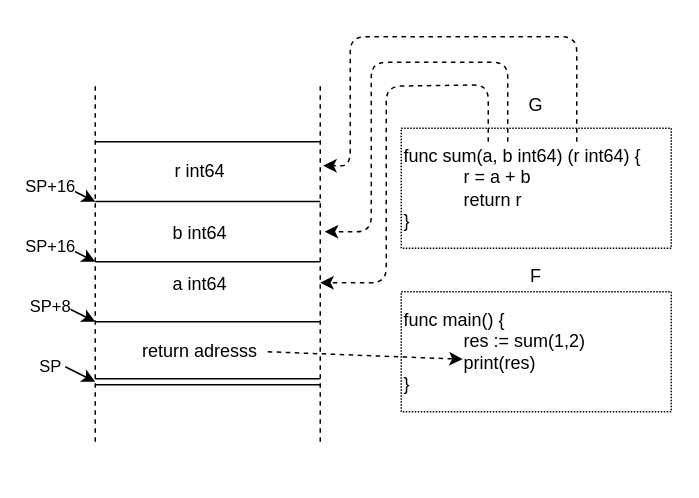
Before: Untitled Diagram.drawio in godzie44/drawio-dump, a draw.io diagram. Source tidied: cells renumbered, new cells numbered last; positions are measured from the earlier drawing's top-left corner, leaving out a move shared by most shapes. Both pictures are drawn from the tidied source at 150%, with x=0, y=0 at pixel (64, 36).
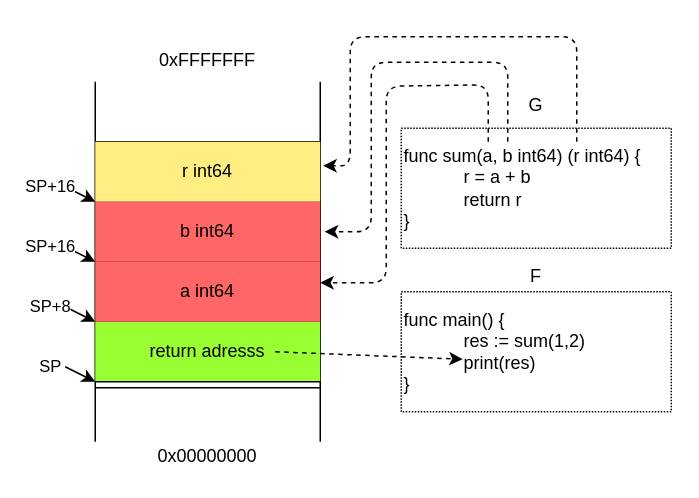
Above is the later version.

Commit message:
stack-base done

The edit, as a diff of the source:
```diff
@@
-    <mxCell id="3" style="endArrow=none;dashed=1;html=1;" parent="1" edge="1">
+    <mxCell id="3" style="endArrow=none;html=1;" parent="1" edge="1">
       <mxGeometry relative="1" as="geometry">
         <mxPoint x="20" y="270" as="sourcePoint" />
         <mxPoint x="20" y="30" as="targetPoint" />
       </mxGeometry>
     </mxCell>
-    <mxCell id="4" style="endArrow=none;dashed=1;html=1;" parent="1" edge="1">
+    <mxCell id="4" style="endArrow=none;html=1;" parent="1" edge="1">
       <mxGeometry relative="1" as="geometry">
         <mxPoint x="170" y="270" as="sourcePoint" />
         <mxPoint x="170" y="30" as="targetPoint" />
       </mxGeometry>
     </mxCell>
-    <mxCell id="5" style="shape=link;html=1;" parent="1" edge="1">
-      <mxGeometry relative="1" as="geometry">
-        <mxPoint x="20" y="230" as="sourcePoint" />
-        <mxPoint x="170" y="230" as="targetPoint" />
-      </mxGeometry>
-    </mxCell>
@@
-    <mxCell id="14" value="return adresss" style="text;html=1;strokeColor=none;fillColor=none;align=center;verticalAlign=middle;whiteSpace=wrap;rounded=0;" parent="1" vertex="1">
-      <mxGeometry x="45" y="200" width="90" height="20" as="geometry" />
+    <mxCell id="14" value="return adresss" style="text;html=1;strokeColor=none;fillColor=#99FF33;align=center;verticalAlign=middle;whiteSpace=wrap;rounded=0;" parent="1" vertex="1">
+      <mxGeometry x="20" y="190" width="150" height="40" as="geometry" />
     </mxCell>
-    <mxCell id="15" value="r int64" style="text;html=1;strokeColor=none;fillColor=none;align=center;verticalAlign=middle;whiteSpace=wrap;rounded=0;" parent="1" vertex="1">
-      <mxGeometry x="70" y="80" width="40" height="20" as="geometry" />
+    <mxCell id="15" value="r int64" style="text;html=1;strokeColor=none;fillColor=#FFEE82;align=center;verticalAlign=middle;whiteSpace=wrap;rounded=0;" parent="1" vertex="1">
+      <mxGeometry x="20" y="70" width="150" height="40" as="geometry" />
     </mxCell>
-    <mxCell id="16" value="b int64" style="text;html=1;strokeColor=none;fillColor=none;align=center;verticalAlign=middle;whiteSpace=wrap;rounded=0;" parent="1" vertex="1">
-      <mxGeometry x="70" y="121" width="40" height="20" as="geometry" />
+    <mxCell id="16" value="b int64" style="text;html=1;strokeColor=none;fillColor=#FF6666;align=center;verticalAlign=middle;whiteSpace=wrap;rounded=0;" parent="1" vertex="1">
+      <mxGeometry x="20" y="110" width="150" height="40" as="geometry" />
     </mxCell>
-    <mxCell id="17" value="a int64" style="text;html=1;strokeColor=none;fillColor=none;align=center;verticalAlign=middle;whiteSpace=wrap;rounded=0;" parent="1" vertex="1">
-      <mxGeometry x="70" y="155" width="40" height="20" as="geometry" />
+    <mxCell id="17" value="a int64" style="text;html=1;strokeColor=none;fillColor=#FF6666;align=center;verticalAlign=middle;whiteSpace=wrap;rounded=0;" parent="1" vertex="1">
+      <mxGeometry x="20" y="150" width="150" height="40" as="geometry" />
     </mxCell>
@@
-    <mxCell id="21" style="endArrow=classic;html=1;dashed=1;exitX=1;exitY=0.5;exitDx=0;exitDy=0;" parent="1" edge="1" source="14">
+    <mxCell id="21" style="endArrow=classic;html=1;dashed=1;" parent="1" edge="1">
       <mxGeometry relative="1" as="geometry">
+        <mxPoint x="140" y="210" as="sourcePoint" />
         <mxPoint x="265" y="215" as="targetPoint" />
       </mxGeometry>
     </mxCell>
@@
+    <mxCell id="25" value="0xFFFFFFF" style="text;html=1;strokeColor=none;fillColor=none;align=center;verticalAlign=middle;whiteSpace=wrap;rounded=0;" parent="1" vertex="1">
+      <mxGeometry x="20" y="6" width="150" height="20" as="geometry" />
+    </mxCell>
+    <mxCell id="26" value="0x00000000" style="text;html=1;strokeColor=none;fillColor=none;align=center;verticalAlign=middle;whiteSpace=wrap;rounded=0;" parent="1" vertex="1">
+      <mxGeometry x="20" y="270" width="150" height="20" as="geometry" />
+    </mxCell>
+    <mxCell id="5" style="shape=link;html=1;fillColor=#CC0066;" parent="1" edge="1">
+      <mxGeometry relative="1" as="geometry">
+        <mxPoint x="20" y="232" as="sourcePoint" />
+        <mxPoint x="170" y="232" as="targetPoint" />
+      </mxGeometry>
+    </mxCell>
```
